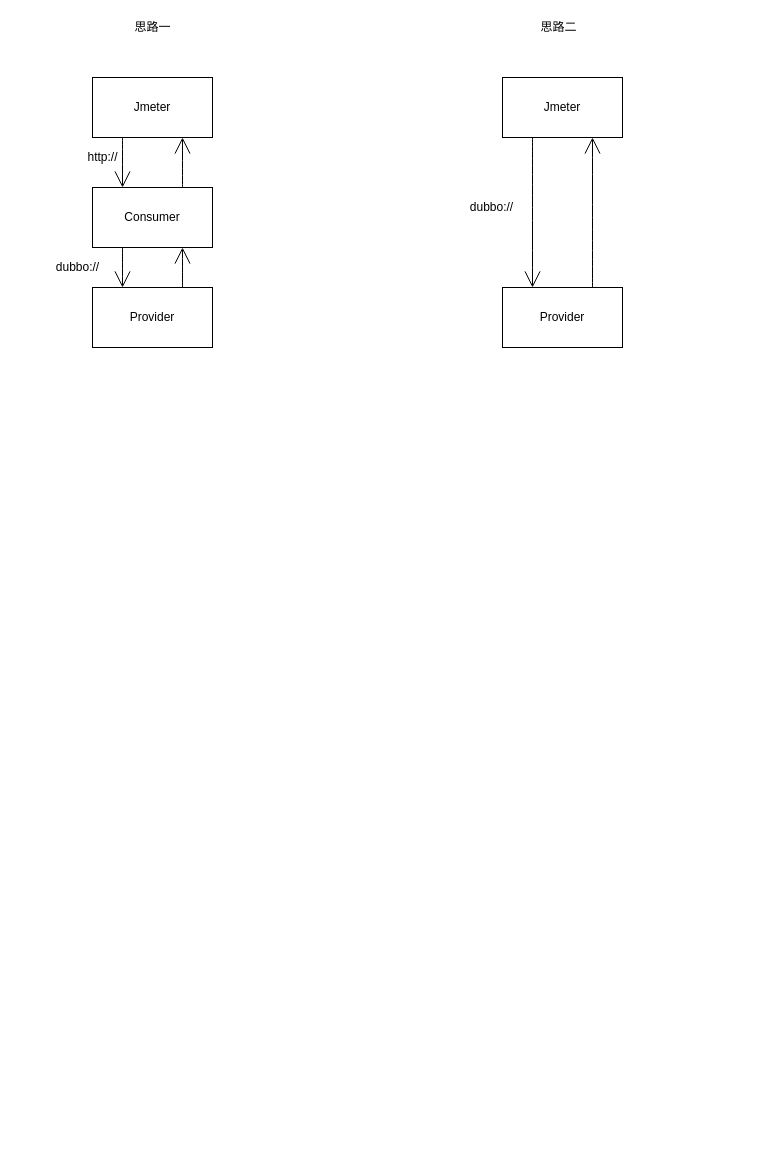
Earlier version of the draw.io diagram 未命名绘图.drawio (DogerRain/image). Source tidied: cells renumbered, new cells numbered last; positions are measured from the earlier drawing's top-left corner, leaving out a move shared by most shapes. Both pictures are drawn from the tidied source at 100%, with x=0, y=0 at pixel (42, 17).
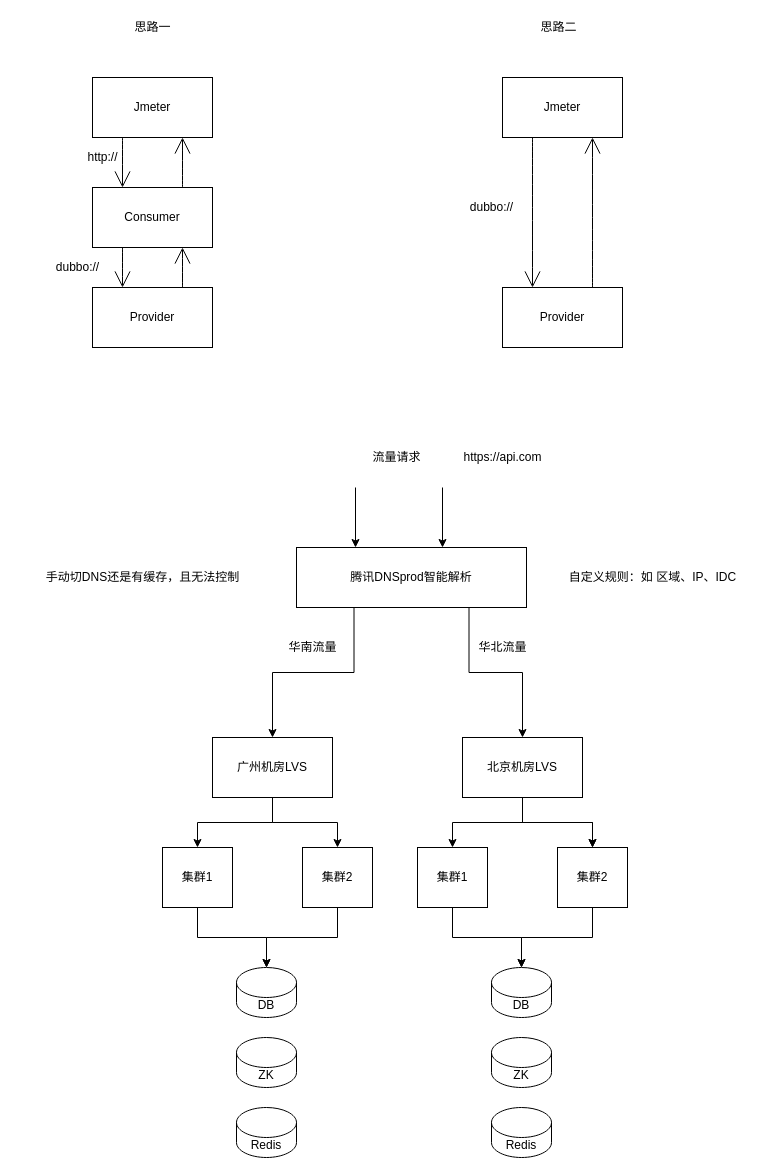
Above is the later version.

Commit message:
Update 未命名绘图.drawio

Diff of the diagram source:
```diff
@@
+    <mxCell id="18" style="edgeStyle=orthogonalEdgeStyle;rounded=0;jettySize=auto;html=1;exitX=0.75;exitY=1;exitDx=0;exitDy=0;entryX=0.5;entryY=0;entryDx=0;entryDy=0;" parent="1" edge="1" source="19" target="29">
+      <mxGeometry relative="1" as="geometry" />
+    </mxCell>
+    <mxCell id="19" value="腾讯DNSprod智能解析" style="rounded=0;whiteSpace=wrap;html=1;" parent="1" vertex="1">
+      <mxGeometry x="254" y="530" width="230" height="60" as="geometry" />
+    </mxCell>
+    <mxCell id="20" style="endArrow=classic;html=1;rounded=0;" parent="1" edge="1">
+      <mxGeometry relative="1" as="geometry">
+        <mxPoint x="313" y="470" as="sourcePoint" />
+        <mxPoint x="313" y="530" as="targetPoint" />
+      </mxGeometry>
+    </mxCell>
+    <mxCell id="21" style="endArrow=classic;html=1;rounded=0;" parent="1" edge="1">
+      <mxGeometry relative="1" as="geometry">
+        <mxPoint x="400" y="470" as="sourcePoint" />
+        <mxPoint x="400" y="530" as="targetPoint" />
+      </mxGeometry>
+    </mxCell>
+    <mxCell id="22" value="流量请求" style="text;html=1;align=center;verticalAlign=middle;strokeColor=none;fillColor=none;" parent="1" vertex="1">
+      <mxGeometry x="314" y="425" width="80" height="30" as="geometry" />
+    </mxCell>
+    <mxCell id="23" style="edgeStyle=orthogonalEdgeStyle;rounded=0;jettySize=auto;html=1;exitX=0.5;exitY=1;exitDx=0;exitDy=0;entryX=0.5;entryY=0;entryDx=0;entryDy=0;" parent="1" edge="1" source="25" target="33">
+      <mxGeometry relative="1" as="geometry" />
+    </mxCell>
+    <mxCell id="24" style="edgeStyle=orthogonalEdgeStyle;rounded=0;jettySize=auto;html=1;exitX=0.5;exitY=1;exitDx=0;exitDy=0;entryX=0.5;entryY=0;entryDx=0;entryDy=0;" parent="1" edge="1" source="25" target="35">
+      <mxGeometry relative="1" as="geometry" />
+    </mxCell>
+    <mxCell id="25" value="广州机房LVS" style="rounded=0;whiteSpace=wrap;html=1;" parent="1" vertex="1">
+      <mxGeometry x="170" y="720" width="120" height="60" as="geometry" />
+    </mxCell>
+    <mxCell id="26" style="edgeStyle=orthogonalEdgeStyle;rounded=0;jettySize=auto;html=1;" parent="1" edge="1" source="29" target="45">
+      <mxGeometry relative="1" as="geometry" />
+    </mxCell>
+    <mxCell id="27" style="edgeStyle=orthogonalEdgeStyle;rounded=0;jettySize=auto;html=1;" parent="1" edge="1" source="29" target="45">
+      <mxGeometry relative="1" as="geometry" />
+    </mxCell>
+    <mxCell id="28" style="edgeStyle=orthogonalEdgeStyle;rounded=0;jettySize=auto;html=1;exitX=0.5;exitY=1;exitDx=0;exitDy=0;entryX=0.5;entryY=0;entryDx=0;entryDy=0;" parent="1" edge="1" source="29" target="43">
+      <mxGeometry relative="1" as="geometry" />
+    </mxCell>
+    <mxCell id="29" value="北京机房LVS" style="rounded=0;whiteSpace=wrap;html=1;" parent="1" vertex="1">
+      <mxGeometry x="420" y="720" width="120" height="60" as="geometry" />
+    </mxCell>
+    <mxCell id="30" style="edgeStyle=orthogonalEdgeStyle;rounded=0;jettySize=auto;html=1;exitX=0.25;exitY=1;exitDx=0;exitDy=0;entryX=0.5;entryY=0;entryDx=0;entryDy=0;" parent="1" edge="1" source="19" target="25">
+      <mxGeometry relative="1" as="geometry" />
+    </mxCell>
+    <mxCell id="31" value="https://api.com" style="text;html=1;align=center;verticalAlign=middle;strokeColor=none;fillColor=none;" parent="1" vertex="1">
+      <mxGeometry x="405" y="425" width="110" height="30" as="geometry" />
+    </mxCell>
+    <mxCell id="32" style="edgeStyle=orthogonalEdgeStyle;rounded=0;jettySize=auto;html=1;exitX=0.5;exitY=1;exitDx=0;exitDy=0;" parent="1" edge="1" source="33" target="36">
+      <mxGeometry relative="1" as="geometry" />
+    </mxCell>
+    <mxCell id="33" value="集群1" style="rounded=0;whiteSpace=wrap;html=1;" parent="1" vertex="1">
+      <mxGeometry x="120" y="830" width="70" height="60" as="geometry" />
+    </mxCell>
+    <mxCell id="34" style="edgeStyle=orthogonalEdgeStyle;rounded=0;jettySize=auto;html=1;exitX=0.5;exitY=1;exitDx=0;exitDy=0;entryX=0.5;entryY=0;entryDx=0;entryDy=0;entryPerimeter=0;" parent="1" edge="1" source="35" target="36">
+      <mxGeometry relative="1" as="geometry" />
+    </mxCell>
+    <mxCell id="35" value="集群2" style="rounded=0;whiteSpace=wrap;html=1;" parent="1" vertex="1">
+      <mxGeometry x="260" y="830" width="70" height="60" as="geometry" />
+    </mxCell>
+    <mxCell id="36" value="DB" style="shape=cylinder3;whiteSpace=wrap;html=1;boundedLbl=1;backgroundOutline=1;size=15;" parent="1" vertex="1">
+      <mxGeometry x="194" y="950" width="60" height="50" as="geometry" />
+    </mxCell>
+    <mxCell id="37" value="ZK" style="shape=cylinder3;whiteSpace=wrap;html=1;boundedLbl=1;backgroundOutline=1;size=15;" parent="1" vertex="1">
+      <mxGeometry x="194" y="1020" width="60" height="50" as="geometry" />
+    </mxCell>
+    <mxCell id="38" value="Redis" style="shape=cylinder3;whiteSpace=wrap;html=1;boundedLbl=1;backgroundOutline=1;size=15;" parent="1" vertex="1">
+      <mxGeometry x="194" y="1090" width="60" height="50" as="geometry" />
+    </mxCell>
+    <mxCell id="39" value="华南流量" style="text;html=1;align=center;verticalAlign=middle;strokeColor=none;fillColor=none;" parent="1" vertex="1">
+      <mxGeometry x="230" y="615" width="80" height="30" as="geometry" />
+    </mxCell>
+    <mxCell id="40" value="自定义规则：如 区域、IP、IDC" style="text;html=1;align=center;verticalAlign=middle;strokeColor=none;fillColor=none;" parent="1" vertex="1">
+      <mxGeometry x="500" y="545" width="220" height="30" as="geometry" />
+    </mxCell>
+    <mxCell id="41" value="华北流量" style="text;html=1;align=center;verticalAlign=middle;strokeColor=none;fillColor=none;" parent="1" vertex="1">
+      <mxGeometry x="420" y="615" width="80" height="30" as="geometry" />
+    </mxCell>
+    <mxCell id="42" style="edgeStyle=orthogonalEdgeStyle;rounded=0;jettySize=auto;html=1;exitX=0.5;exitY=1;exitDx=0;exitDy=0;" parent="1" edge="1" source="43" target="46">
+      <mxGeometry relative="1" as="geometry" />
+    </mxCell>
+    <mxCell id="43" value="集群1" style="rounded=0;whiteSpace=wrap;html=1;" parent="1" vertex="1">
+      <mxGeometry x="375" y="830" width="70" height="60" as="geometry" />
+    </mxCell>
+    <mxCell id="44" style="edgeStyle=orthogonalEdgeStyle;rounded=0;jettySize=auto;html=1;exitX=0.5;exitY=1;exitDx=0;exitDy=0;entryX=0.5;entryY=0;entryDx=0;entryDy=0;entryPerimeter=0;" parent="1" edge="1" source="45" target="46">
+      <mxGeometry relative="1" as="geometry" />
+    </mxCell>
+    <mxCell id="45" value="集群2" style="rounded=0;whiteSpace=wrap;html=1;" parent="1" vertex="1">
+      <mxGeometry x="515" y="830" width="70" height="60" as="geometry" />
+    </mxCell>
+    <mxCell id="46" value="DB" style="shape=cylinder3;whiteSpace=wrap;html=1;boundedLbl=1;backgroundOutline=1;size=15;" parent="1" vertex="1">
+      <mxGeometry x="449" y="950" width="60" height="50" as="geometry" />
+    </mxCell>
+    <mxCell id="47" value="ZK" style="shape=cylinder3;whiteSpace=wrap;html=1;boundedLbl=1;backgroundOutline=1;size=15;" parent="1" vertex="1">
+      <mxGeometry x="449" y="1020" width="60" height="50" as="geometry" />
+    </mxCell>
+    <mxCell id="48" value="Redis" style="shape=cylinder3;whiteSpace=wrap;html=1;boundedLbl=1;backgroundOutline=1;size=15;" parent="1" vertex="1">
+      <mxGeometry x="449" y="1090" width="60" height="50" as="geometry" />
+    </mxCell>
+    <mxCell id="49" value="手动切DNS还是有缓存，且无法控制" style="text;html=1;align=center;verticalAlign=middle;strokeColor=none;fillColor=none;" parent="1" vertex="1">
+      <mxGeometry x="-25" y="545" width="250" height="30" as="geometry" />
+    </mxCell>
```
